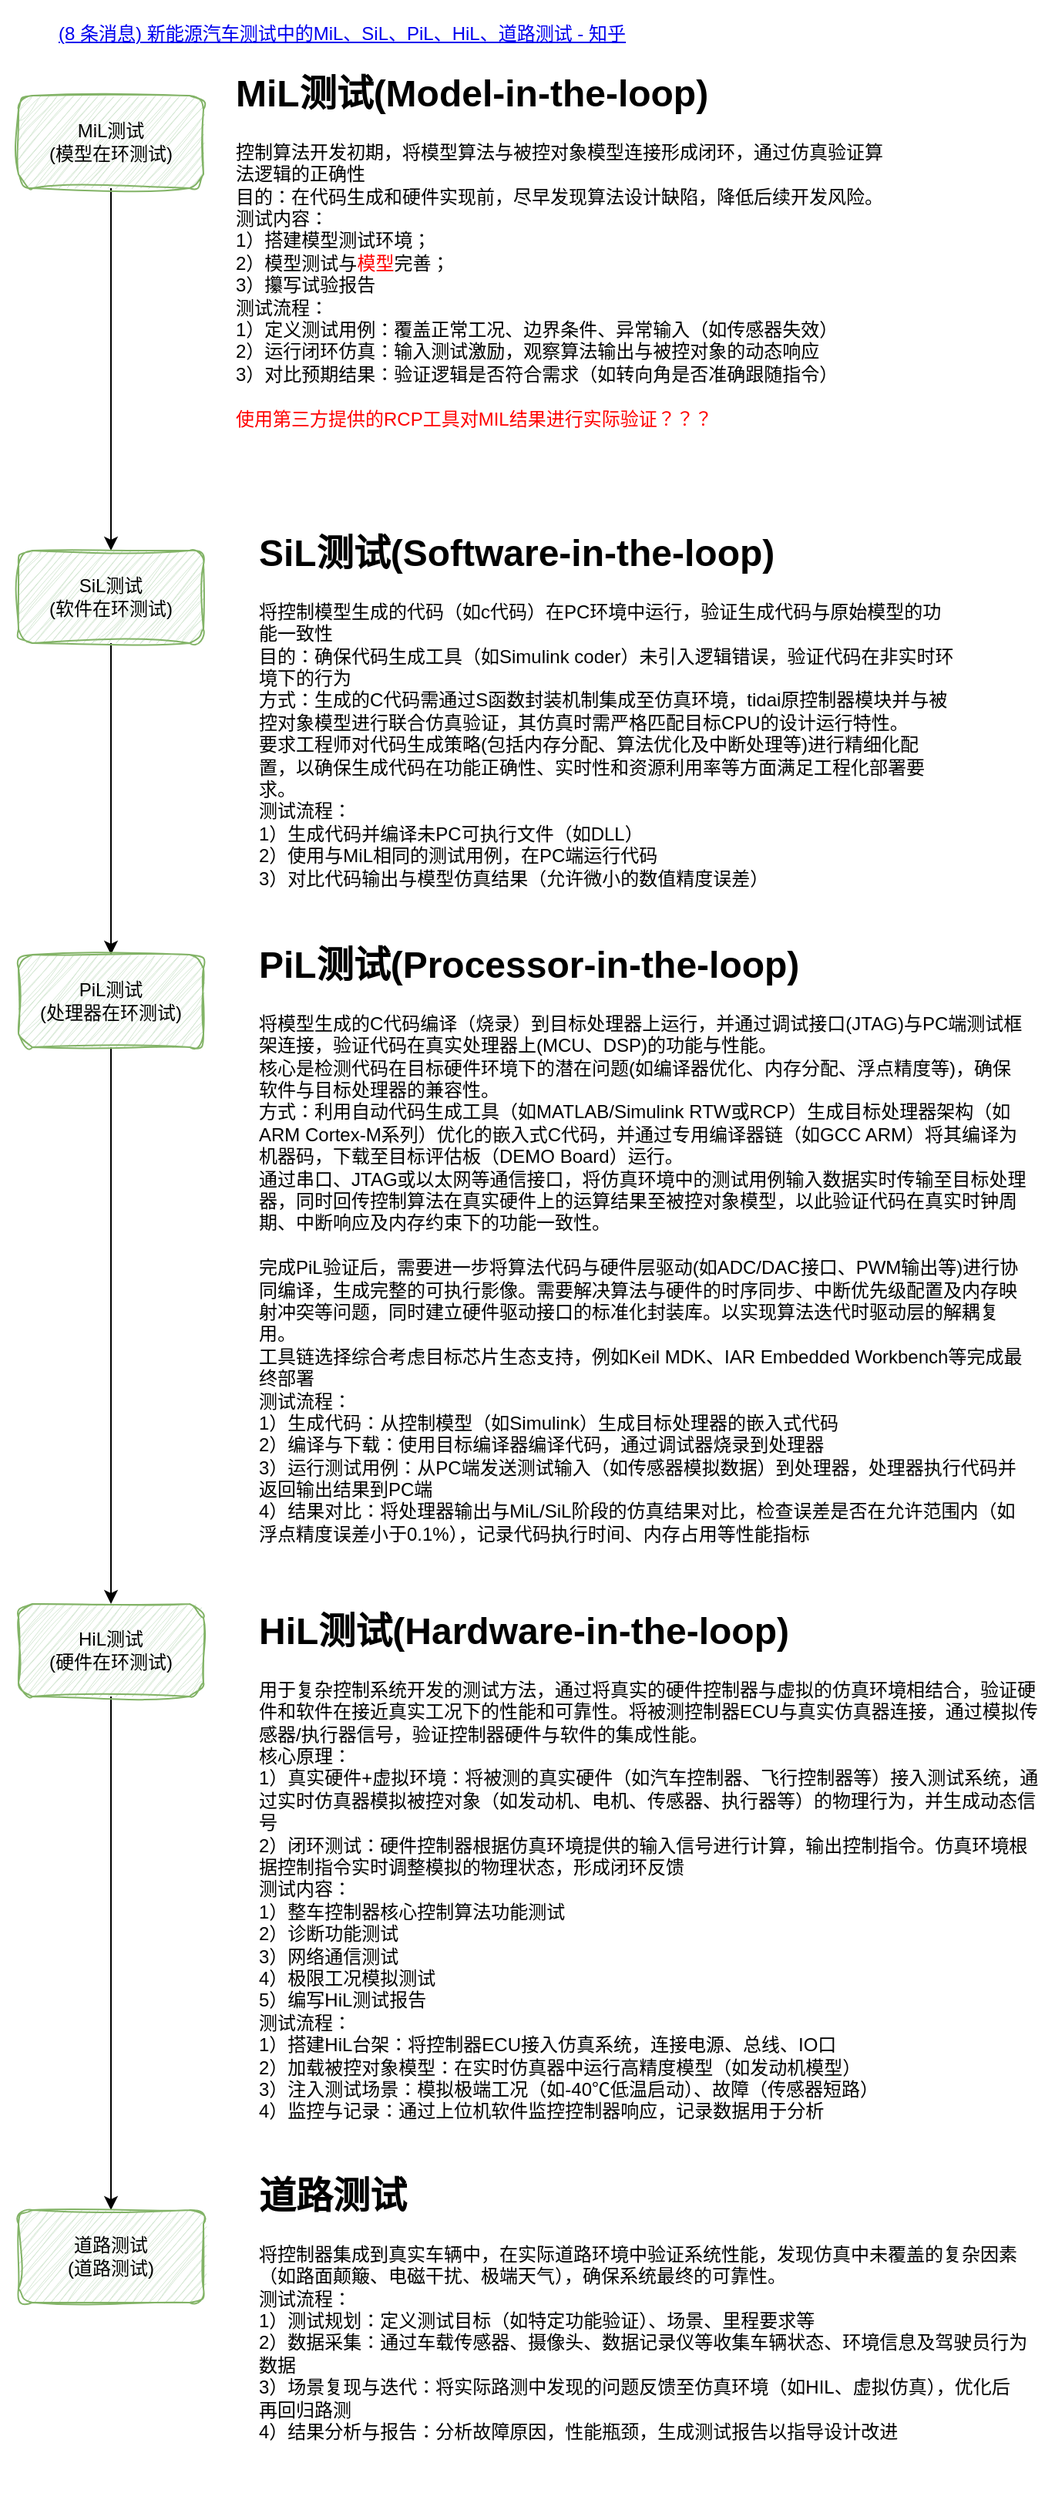
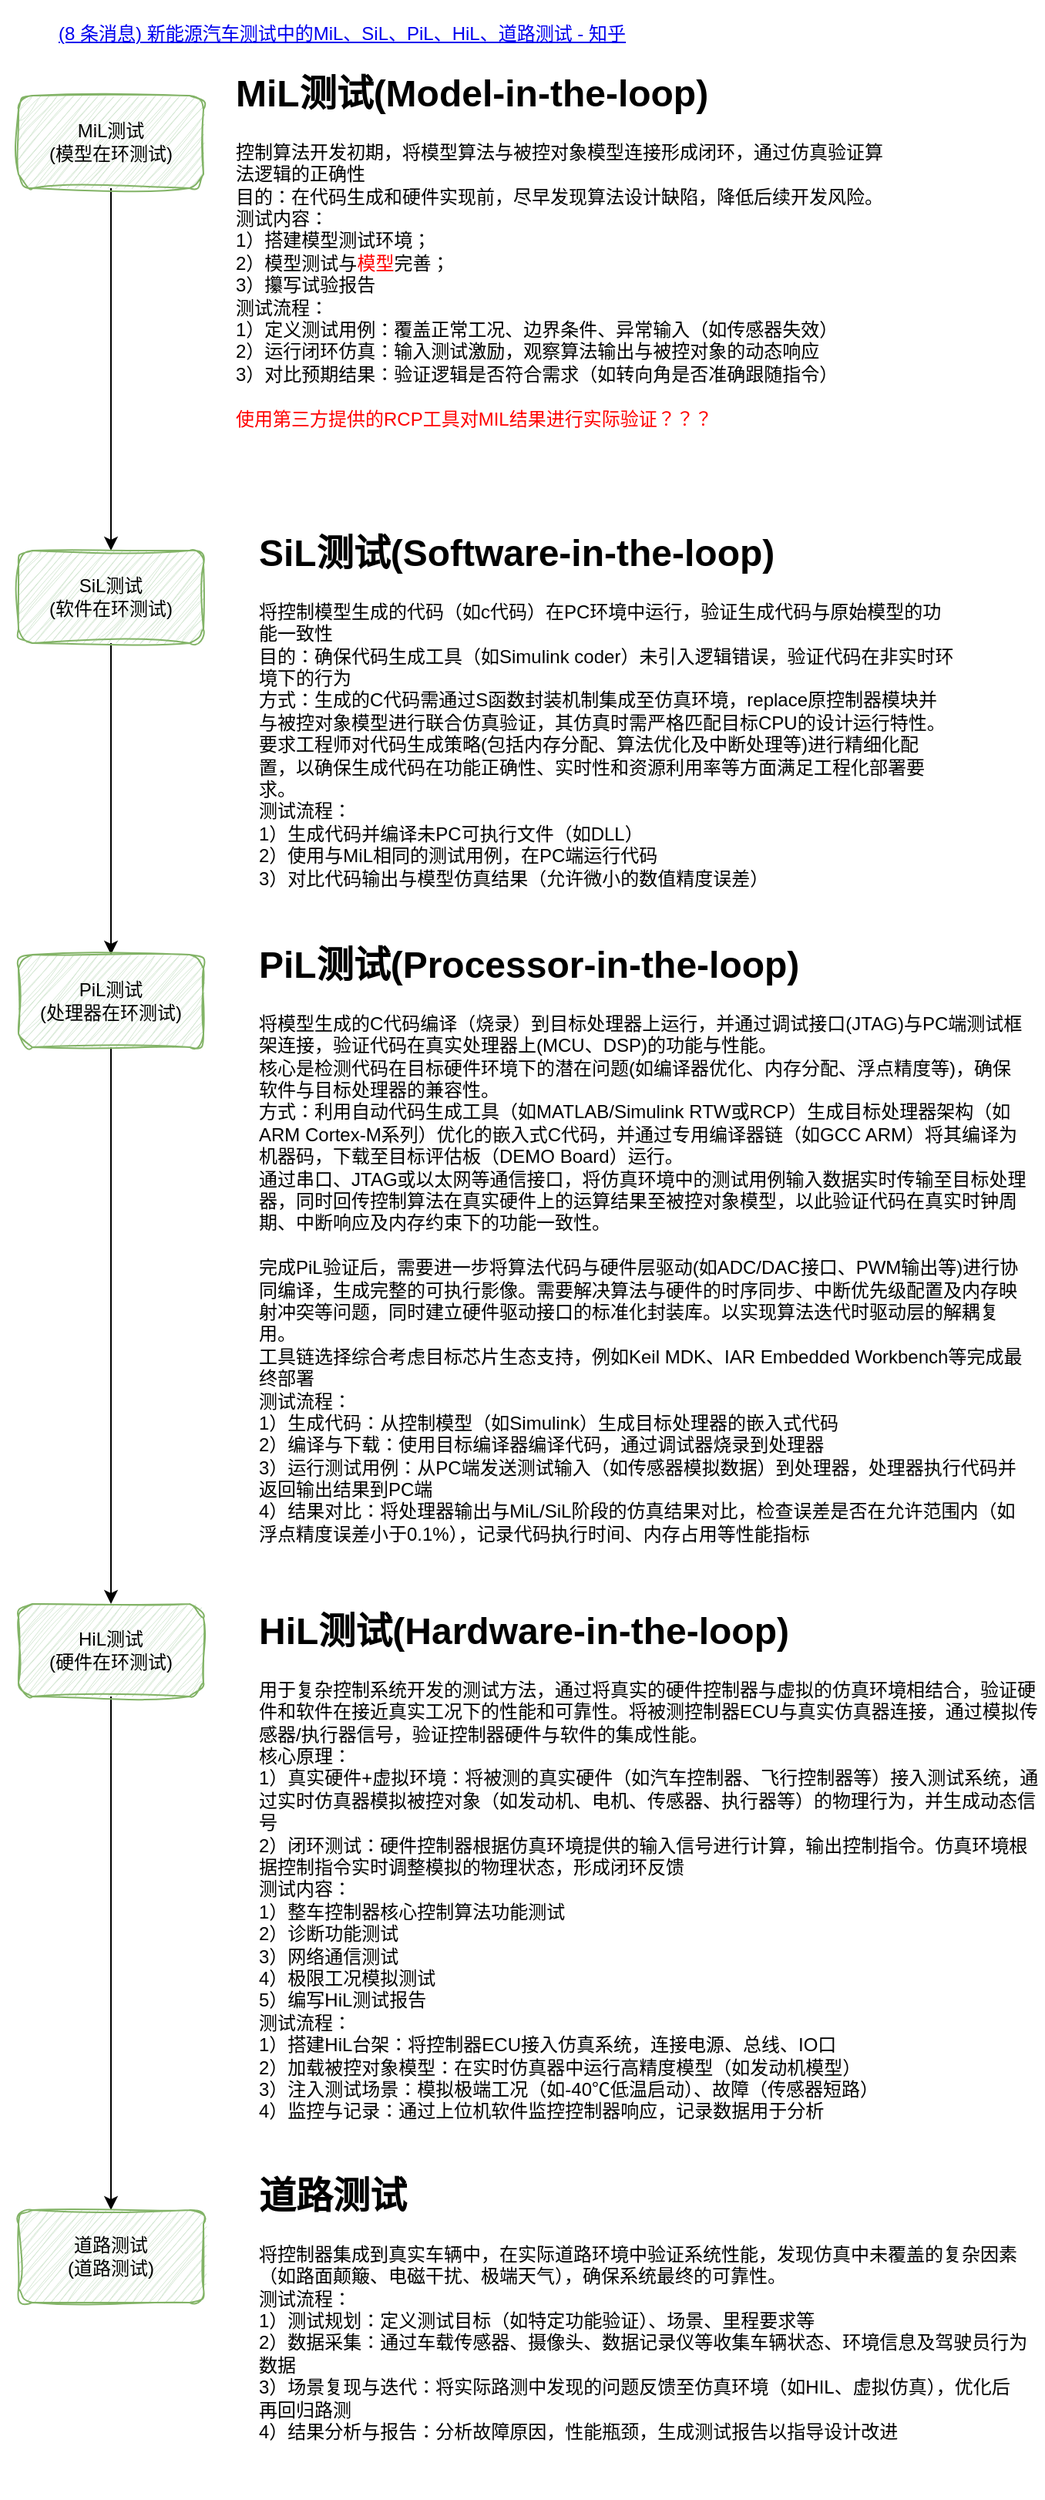
<mxfile host="app.diagrams.net">
  <diagram name="第 1 页" id="SPJzrtFJ2h2y-7jRp7m4">
    <mxGraphModel dx="754" dy="1139" grid="0" gridSize="10" guides="1" tooltips="1" connect="1" arrows="1" fold="1" page="1" pageScale="1" pageWidth="827" pageHeight="1169" math="0" shadow="0">
      <root>
        <mxCell id="0" />
        <mxCell id="1" parent="0" />
        <mxCell id="-b37v0VHe5EqFnSivpbF-16" edge="1" parent="1" source="mNEA2bSVfQqrhph_DYo6-2" style="edgeStyle=orthogonalEdgeStyle;rounded=0;orthogonalLoop=1;jettySize=auto;html=1;exitX=0.5;exitY=1;exitDx=0;exitDy=0;fontFamily=Helvetica;fontSize=12;fontColor=default;" target="mNEA2bSVfQqrhph_DYo6-3">
          <mxGeometry relative="1" as="geometry" />
        </mxCell>
        <mxCell id="mNEA2bSVfQqrhph_DYo6-2" parent="1" style="rounded=1;whiteSpace=wrap;html=1;sketch=1;curveFitting=1;jiggle=2;fillColor=#d5e8d4;strokeColor=#82b366;" value="MiL测试&lt;div&gt;(模型在环测试)&lt;/div&gt;" vertex="1">
          <mxGeometry height="60" width="120" x="41" y="240" as="geometry" />
        </mxCell>
        <mxCell id="-b37v0VHe5EqFnSivpbF-17" edge="1" parent="1" source="mNEA2bSVfQqrhph_DYo6-3" style="edgeStyle=orthogonalEdgeStyle;rounded=0;orthogonalLoop=1;jettySize=auto;html=1;exitX=0.5;exitY=1;exitDx=0;exitDy=0;fontFamily=Helvetica;fontSize=12;fontColor=default;" target="-b37v0VHe5EqFnSivpbF-9">
          <mxGeometry relative="1" as="geometry" />
        </mxCell>
        <mxCell id="mNEA2bSVfQqrhph_DYo6-3" parent="1" style="rounded=1;whiteSpace=wrap;html=1;sketch=1;curveFitting=1;jiggle=2;fillColor=#d5e8d4;strokeColor=#82b366;" value="SiL测试&lt;div&gt;(软件在环测试)&lt;/div&gt;" vertex="1">
          <mxGeometry height="60" width="120" x="41" y="535" as="geometry" />
        </mxCell>
        <UserObject label="&#xa;&lt;a href=&quot;https://zhuanlan.zhihu.com/p/1903753229029839860&quot;&gt;(8 条消息) 新能源汽车测试中的MiL、SiL、PiL、HiL、道路测试 - 知乎&lt;/a&gt;&#xa;&#xa;" link="&#xa;&lt;a href=&quot;https://zhuanlan.zhihu.com/p/1903753229029839860&quot;&gt;(8 条消息) 新能源汽车测试中的MiL、SiL、PiL、HiL、道路测试 - 知乎&lt;/a&gt;&#xa;&#xa;" id="-b37v0VHe5EqFnSivpbF-1">
          <mxCell parent="1" style="text;html=1;whiteSpace=wrap;strokeColor=none;fillColor=none;align=center;verticalAlign=middle;rounded=0;fontFamily=Helvetica;fontSize=12;fontColor=default;" vertex="1">
            <mxGeometry height="6" width="444" x="29" y="204" as="geometry" />
          </mxCell>
        </UserObject>
        <mxCell id="-b37v0VHe5EqFnSivpbF-7" parent="1" style="text;html=1;whiteSpace=wrap;overflow=hidden;rounded=0;fontFamily=Helvetica;fontSize=12;fontColor=default;" value="&lt;h1 style=&quot;margin-top: 0px;&quot;&gt;MiL测试(Model-in-the-loop)&lt;br&gt;&lt;/h1&gt;&lt;div&gt;控制算法开发初期，将模型算法与被控对象模型连接形成闭环，通过仿真验证算法逻辑的正确性&lt;/div&gt;&lt;div&gt;目的：在代码生成和硬件实现前，尽早发现算法设计缺陷，降低后续开发风险。&lt;/div&gt;&lt;div&gt;测试内容：&lt;/div&gt;&lt;div&gt;1）搭建模型测试环境；&lt;/div&gt;&lt;div&gt;2）模型测试与&lt;font style=&quot;color: rgb(255, 0, 0);&quot;&gt;模型&lt;/font&gt;完善；&lt;/div&gt;&lt;div&gt;3）攥写试验报告&lt;/div&gt;&lt;div&gt;测试流程：&lt;/div&gt;&lt;div&gt;1）定义测试用例：覆盖正常工况、边界条件、异常输入（如传感器失效）&lt;/div&gt;&lt;div&gt;2）运行闭环仿真：输入测试激励，观察算法输出与被控对象的动态响应&lt;br&gt;&lt;/div&gt;&lt;div&gt;3）对比预期结果：验证逻辑是否符合需求（如转向角是否准确跟随指令）&lt;br&gt;&lt;/div&gt;&lt;div&gt;&lt;br&gt;&lt;/div&gt;&lt;div&gt;&lt;font style=&quot;color: rgb(255, 0, 0);&quot;&gt;使用第三方提供的RCP工具对MIL结果进行实际验证？？？&lt;/font&gt;&lt;/div&gt;" vertex="1">
          <mxGeometry height="281.5" width="424" x="180" y="217.5" as="geometry" />
        </mxCell>
-         <mxCell id="-b37v0VHe5EqFnSivpbF-8" parent="1" style="text;html=1;whiteSpace=wrap;overflow=hidden;rounded=0;fontFamily=Helvetica;fontSize=12;fontColor=default;" value="&lt;h1 style=&quot;margin-top: 0px;&quot;&gt;SiL测试(Software-in-the-loop)&lt;/h1&gt;&lt;div&gt;将控制模型生成的代码（如c代码）在PC环境中运行，验证生成代码与原始模型的功能一致性&lt;/div&gt;&lt;div&gt;目的：确保代码生成工具（如Simulink coder）未引入逻辑错误，验证代码在非实时环境下的行为&lt;/div&gt;&lt;div&gt;方式：生成的C代码需通过S函数封装机制集成至仿真环境，tidai原控制器模块并与被控对象模型进行联合仿真验证，其仿真时需严格匹配目标CPU的设计运行特性。&lt;/div&gt;&lt;div&gt;要求工程师对代码生成策略(包括内存分配、算法优化及中断处理等)进行精细化配置，以确保生成代码在功能正确性、实时性和资源利用率等方面满足工程化部署要求。&lt;/div&gt;&lt;div&gt;测试流程：&lt;/div&gt;&lt;div&gt;1）生成代码并编译未PC可执行文件（如DLL）&lt;/div&gt;&lt;div&gt;2）使用与MiL相同的测试用例，在PC端运行代码&lt;/div&gt;&lt;div&gt;3）对比代码输出与模型仿真结果（允许微小的数值精度误差）&lt;/div&gt;&lt;div&gt;&lt;br&gt;&lt;/div&gt;&lt;div&gt;&lt;br&gt;&lt;/div&gt;&lt;div&gt;&lt;br&gt;&lt;/div&gt;&lt;div&gt;&lt;br&gt;&lt;/div&gt;" vertex="1">
+         <mxCell id="-b37v0VHe5EqFnSivpbF-8" parent="1" style="text;html=1;whiteSpace=wrap;overflow=hidden;rounded=0;fontFamily=Helvetica;fontSize=12;fontColor=default;" value="&lt;h1 style=&quot;margin-top: 0px;&quot;&gt;SiL测试(Software-in-the-loop)&lt;/h1&gt;&lt;div&gt;将控制模型生成的代码（如c代码）在PC环境中运行，验证生成代码与原始模型的功能一致性&lt;/div&gt;&lt;div&gt;目的：确保代码生成工具（如Simulink coder）未引入逻辑错误，验证代码在非实时环境下的行为&lt;/div&gt;&lt;div&gt;方式：生成的C代码需通过S函数封装机制集成至仿真环境，replace原控制器模块并与被控对象模型进行联合仿真验证，其仿真时需严格匹配目标CPU的设计运行特性。&lt;/div&gt;&lt;div&gt;要求工程师对代码生成策略(包括内存分配、算法优化及中断处理等)进行精细化配置，以确保生成代码在功能正确性、实时性和资源利用率等方面满足工程化部署要求。&lt;/div&gt;&lt;div&gt;测试流程：&lt;/div&gt;&lt;div&gt;1）生成代码并编译未PC可执行文件（如DLL）&lt;/div&gt;&lt;div&gt;2）使用与MiL相同的测试用例，在PC端运行代码&lt;/div&gt;&lt;div&gt;3）对比代码输出与模型仿真结果（允许微小的数值精度误差）&lt;/div&gt;&lt;div&gt;&lt;br&gt;&lt;/div&gt;&lt;div&gt;&lt;br&gt;&lt;/div&gt;&lt;div&gt;&lt;br&gt;&lt;/div&gt;&lt;div&gt;&lt;br&gt;&lt;/div&gt;" vertex="1">
          <mxGeometry height="243" width="453" x="195" y="516" as="geometry" />
        </mxCell>
        <mxCell id="-b37v0VHe5EqFnSivpbF-18" edge="1" parent="1" source="-b37v0VHe5EqFnSivpbF-9" style="edgeStyle=orthogonalEdgeStyle;rounded=0;orthogonalLoop=1;jettySize=auto;html=1;exitX=0.5;exitY=1;exitDx=0;exitDy=0;fontFamily=Helvetica;fontSize=12;fontColor=default;" target="-b37v0VHe5EqFnSivpbF-11">
          <mxGeometry relative="1" as="geometry" />
        </mxCell>
        <mxCell id="-b37v0VHe5EqFnSivpbF-9" parent="1" style="rounded=1;whiteSpace=wrap;html=1;sketch=1;curveFitting=1;jiggle=2;fillColor=#d5e8d4;strokeColor=#82b366;" value="PiL测试&lt;div&gt;(处理器在环测试)&lt;/div&gt;" vertex="1">
          <mxGeometry height="60" width="120" x="41" y="797" as="geometry" />
        </mxCell>
        <mxCell id="-b37v0VHe5EqFnSivpbF-10" parent="1" style="text;html=1;whiteSpace=wrap;overflow=hidden;rounded=0;fontFamily=Helvetica;fontSize=12;fontColor=default;" value="&lt;h1 style=&quot;margin-top: 0px;&quot;&gt;PiL测试(Processor-in-the-loop)&lt;/h1&gt;&lt;div&gt;将模型生成的C代码编译（烧录）到目标处理器上运行，并通过调试接口(JTAG)与PC端测试框架连接，验证代码在真实处理器上(MCU、DSP&lt;span style=&quot;background-color: transparent; color: light-dark(rgb(0, 0, 0), rgb(255, 255, 255));&quot;&gt;)的功能与性能。&lt;/span&gt;&lt;/div&gt;&lt;div&gt;&lt;span style=&quot;background-color: transparent; color: light-dark(rgb(0, 0, 0), rgb(255, 255, 255));&quot;&gt;核心是检测代码在目标硬件环境下的潜在问题(如编译器优化、内存分配、浮点精度等)，确保软件与目标处理器的兼容性。&lt;/span&gt;&lt;/div&gt;&lt;div&gt;&lt;span style=&quot;background-color: transparent; color: light-dark(rgb(0, 0, 0), rgb(255, 255, 255));&quot;&gt;方式：利用自动代码生成工具（如MATLAB/Simulink RTW或RCP）生成目标处理器架构（如ARM Cortex-M系列）优化的嵌入式C代码，并通过专用编译器链（如GCC ARM）将其编译为机器码，下载至目标评估板（DEMO Board）运行。&lt;/span&gt;&lt;/div&gt;&lt;div&gt;&lt;span style=&quot;background-color: transparent; color: light-dark(rgb(0, 0, 0), rgb(255, 255, 255));&quot;&gt;通过串口、JTAG或以太网等通信接口，将仿真环境中的测试用例输入数据实时传输至目标处理器，同时回传控制算法在真实硬件上的运算结果至被控对象模型，以此验证代码在真实时钟周期、中断响应及内存约束下的功能一致性。&lt;/span&gt;&lt;/div&gt;&lt;div&gt;&lt;span style=&quot;background-color: transparent; color: light-dark(rgb(0, 0, 0), rgb(255, 255, 255));&quot;&gt;&lt;br&gt;&lt;/span&gt;&lt;/div&gt;&lt;div&gt;完成PiL验证后，需要进一步将算法代码与硬件层驱动(如ADC/DAC接口、PWM输出等)进行协同编译，生成完整的可执行影像。需要解决算法与硬件的时序同步、中断优先级配置及内存映射冲突等问题，同时建立硬件驱动接口的标准化封装库。以实现算法迭代时驱动层的解耦复用。&lt;/div&gt;&lt;div&gt;工具链选择综合考虑目标芯片生态支持，例如Keil MDK、IAR Embedded Workbench等完成最终部署&lt;/div&gt;&lt;div&gt;&lt;span style=&quot;background-color: transparent; color: light-dark(rgb(0, 0, 0), rgb(255, 255, 255));&quot;&gt;测试流程：&lt;/span&gt;&lt;/div&gt;&lt;div&gt;&lt;span style=&quot;background-color: transparent; color: light-dark(rgb(0, 0, 0), rgb(255, 255, 255));&quot;&gt;1）生成代码：从控制模型（如Simulink）生成目标处理器的嵌入式代码&lt;/span&gt;&lt;/div&gt;&lt;div&gt;&lt;span style=&quot;background-color: transparent; color: light-dark(rgb(0, 0, 0), rgb(255, 255, 255));&quot;&gt;2）编译与下载：使用目标编译器编译代码，通过调试器烧录到处理器&lt;/span&gt;&lt;/div&gt;&lt;div&gt;&lt;span style=&quot;background-color: transparent; color: light-dark(rgb(0, 0, 0), rgb(255, 255, 255));&quot;&gt;3）运行测试用例：从PC端发送测试输入（如传感器模拟数据）到处理器，处理器执行代码并返回输出结果到PC端&lt;/span&gt;&lt;/div&gt;&lt;div&gt;&lt;span style=&quot;background-color: transparent; color: light-dark(rgb(0, 0, 0), rgb(255, 255, 255));&quot;&gt;4）结果对比：将处理器输出与MiL/SiL阶段的仿真结果对比，检查误差是否在允许范围内（如浮点精度误差小于0.1%），记录代码执行时间、内存占用等性能指标&lt;/span&gt;&lt;/div&gt;&lt;div&gt;&lt;span style=&quot;background-color: transparent; color: light-dark(rgb(0, 0, 0), rgb(255, 255, 255));&quot;&gt;&lt;br&gt;&lt;/span&gt;&lt;/div&gt;" vertex="1">
          <mxGeometry height="417" width="500" x="195" y="783" as="geometry" />
        </mxCell>
        <mxCell id="-b37v0VHe5EqFnSivpbF-19" edge="1" parent="1" source="-b37v0VHe5EqFnSivpbF-11" style="edgeStyle=orthogonalEdgeStyle;rounded=0;orthogonalLoop=1;jettySize=auto;html=1;exitX=0.5;exitY=1;exitDx=0;exitDy=0;entryX=0.5;entryY=0;entryDx=0;entryDy=0;fontFamily=Helvetica;fontSize=12;fontColor=default;" target="-b37v0VHe5EqFnSivpbF-14">
          <mxGeometry relative="1" as="geometry" />
        </mxCell>
        <mxCell id="-b37v0VHe5EqFnSivpbF-11" parent="1" style="rounded=1;whiteSpace=wrap;html=1;sketch=1;curveFitting=1;jiggle=2;fillColor=#d5e8d4;strokeColor=#82b366;" value="HiL测试&lt;div&gt;(硬件在环测试)&lt;/div&gt;" vertex="1">
          <mxGeometry height="60" width="120" x="41" y="1218" as="geometry" />
        </mxCell>
        <mxCell id="-b37v0VHe5EqFnSivpbF-12" parent="1" style="text;html=1;whiteSpace=wrap;overflow=hidden;rounded=0;fontFamily=Helvetica;fontSize=12;fontColor=default;" value="&lt;h1 style=&quot;margin-top: 0px;&quot;&gt;HiL测试(Hardware-in-the-loop)&lt;/h1&gt;&lt;div&gt;用于复杂控制系统开发的测试方法，通过将真实的硬件控制器与虚拟的仿真环境相结合，验证硬件和软件在接近真实工况下的性能和可靠性。将被测控制器ECU与真实仿真器连接，通过模拟传感器/执行器信号，验证控制器硬件与软件的集成性能。&lt;/div&gt;&lt;div&gt;核心原理：&lt;/div&gt;&lt;div&gt;1）真实硬件+虚拟环境：将被测的真实硬件（如汽车控制器、飞行控制器等）接入测试系统，通过实时仿真器模拟被控对象（如发动机、电机、传感器、执行器等）的物理行为，并生成动态信号&lt;/div&gt;&lt;div&gt;2）闭环测试：硬件控制器根据仿真环境提供的输入信号进行计算，输出控制指令。仿真环境根据控制指令实时调整模拟的物理状态，形成闭环反馈&lt;/div&gt;&lt;div&gt;测试内容：&lt;/div&gt;&lt;div&gt;1）整车控制器核心控制算法功能测试&lt;/div&gt;&lt;div&gt;2）诊断功能测试&lt;/div&gt;&lt;div&gt;3）网络通信测试&lt;/div&gt;&lt;div&gt;4）极限工况模拟测试&lt;/div&gt;&lt;div&gt;5）编写HiL测试报告&lt;/div&gt;&lt;div&gt;测试流程：&lt;/div&gt;&lt;div&gt;1）搭建HiL台架：将控制器ECU接入仿真系统，连接电源、总线、IO口&lt;/div&gt;&lt;div&gt;2）加载被控对象模型：在实时仿真器中运行高精度模型（如发动机模型）&lt;/div&gt;&lt;div&gt;3）注入测试场景：模拟极端工况（如-40℃低温启动）、故障（传感器短路）&lt;/div&gt;&lt;div&gt;4）监控与记录：通过上位机软件监控控制器响应，记录数据用于分析&lt;/div&gt;&lt;div&gt;&lt;br&gt;&lt;/div&gt;" vertex="1">
          <mxGeometry height="346" width="511" x="195" y="1215" as="geometry" />
        </mxCell>
        <mxCell id="-b37v0VHe5EqFnSivpbF-14" parent="1" style="rounded=1;whiteSpace=wrap;html=1;sketch=1;curveFitting=1;jiggle=2;fillColor=#d5e8d4;strokeColor=#82b366;" value="道路测试&lt;div&gt;(道路测试)&lt;/div&gt;" vertex="1">
          <mxGeometry height="60" width="120" x="41" y="1611" as="geometry" />
        </mxCell>
        <mxCell id="-b37v0VHe5EqFnSivpbF-15" parent="1" style="text;html=1;whiteSpace=wrap;overflow=hidden;rounded=0;fontFamily=Helvetica;fontSize=12;fontColor=default;" value="&lt;h1 style=&quot;margin-top: 0px;&quot;&gt;道路测试&lt;/h1&gt;&lt;div&gt;将控制器集成到真实车辆中，在实际道路环境中验证系统性能，发现仿真中未覆盖的复杂因素（如路面颠簸、电磁干扰、极端天气），确保系统最终的可靠性。&lt;/div&gt;&lt;div&gt;测试流程：&lt;/div&gt;&lt;div&gt;1）测试规划：定义测试目标（如特定功能验证）、场景、里程要求等&lt;/div&gt;&lt;div&gt;2）数据采集：通过车载传感器、摄像头、数据记录仪等收集车辆状态、环境信息及驾驶员行为数据&lt;/div&gt;&lt;div&gt;3）场景复现与迭代：将实际路测中发现的问题反馈至仿真环境（如HIL、虚拟仿真），优化后再回归路测&lt;/div&gt;&lt;div&gt;4）结果分析与报告：分析故障原因，性能瓶颈，生成测试报告以指导设计改进&lt;/div&gt;&lt;div&gt;&lt;br&gt;&lt;/div&gt;&lt;div&gt;&lt;br&gt;&lt;/div&gt;" vertex="1">
          <mxGeometry height="214" width="501" x="195" y="1581" as="geometry" />
        </mxCell>
      </root>
    </mxGraphModel>
  </diagram>
</mxfile>
